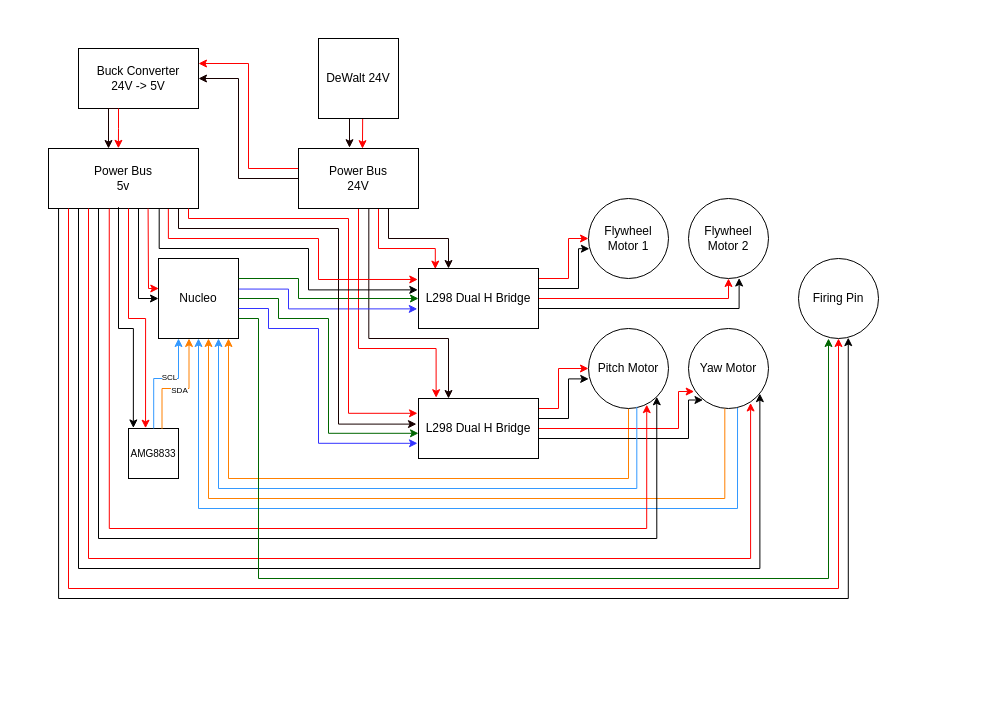
The draw.io diagram WiringDiagram.drawio in tomhorizon/405FinalProject, before the edit. Source tidied: cells renumbered, new cells numbered last; positions are measured from the earlier drawing's top-left corner, leaving out a move shared by most shapes. Both pictures are drawn from the tidied source at 100%, with x=0, y=0 at pixel (48, 38).
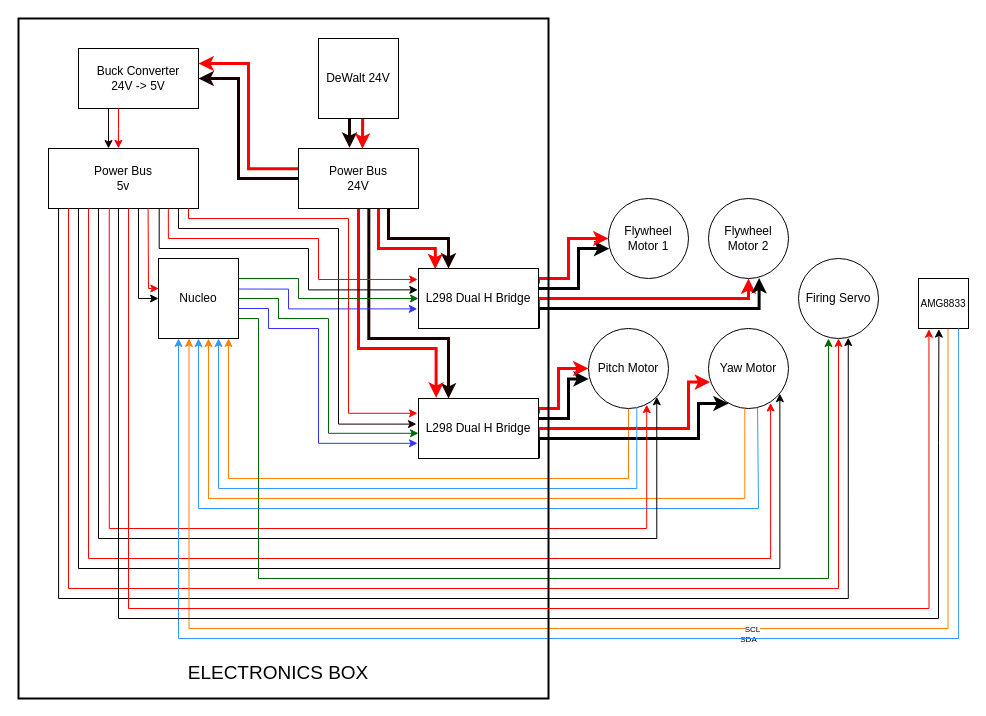
The same diagram, later.

Commit message:
updated wiring diagram

The change refers to these unchanged cells:
```xml
<mxCell id="2" value="Nucleo" style="whiteSpace=wrap;html=1;" parent="1" vertex="1">
  <mxGeometry x="110" y="220" width="80" height="80" as="geometry" />
</mxCell>
<mxCell id="5" value="DeWalt 24V" style="whiteSpace=wrap;html=1;" parent="1" vertex="1">
  <mxGeometry x="270" width="80" height="80" as="geometry" />
</mxCell>
<mxCell id="12" value="Power Bus&lt;br&gt;24V" style="whiteSpace=wrap;html=1;" parent="1" vertex="1">
  <mxGeometry x="250" y="110" width="120" height="60" as="geometry" />
</mxCell>
<mxCell id="21" value="L298 Dual H Bridge" style="whiteSpace=wrap;html=1;" parent="1" vertex="1">
  <mxGeometry x="370" y="230" width="120" height="60" as="geometry" />
</mxCell>
<mxCell id="23" value="Pitch Motor" style="ellipse;whiteSpace=wrap;html=1;" parent="1" vertex="1">
  <mxGeometry x="540" y="290" width="80" height="80" as="geometry" />
</mxCell>
<mxCell id="29" value="L298 Dual H Bridge" style="whiteSpace=wrap;html=1;" parent="1" vertex="1">
  <mxGeometry x="370" y="360" width="120" height="60" as="geometry" />
</mxCell>
<mxCell id="43" value="Buck Converter&lt;br&gt;24V -&amp;gt; 5V" style="whiteSpace=wrap;html=1;" parent="1" vertex="1">
  <mxGeometry x="30" y="10" width="120" height="60" as="geometry" />
</mxCell>
```

Diff of the diagram source:
```diff
@@
-    <mxCell id="3" style="edgeStyle=orthogonalEdgeStyle;rounded=0;jettySize=auto;html=1;exitX=0.385;exitY=1.003;exitDx=0;exitDy=0;entryX=0.425;entryY=-0.013;entryDx=0;entryDy=0;entryPerimeter=0;strokeColor=#170000;exitPerimeter=0;" parent="1" edge="1" source="5" target="12">
+    <mxCell id="3" style="edgeStyle=orthogonalEdgeStyle;rounded=0;jettySize=auto;html=1;exitX=0.385;exitY=1.003;exitDx=0;exitDy=0;entryX=0.425;entryY=-0.013;entryDx=0;entryDy=0;entryPerimeter=0;strokeColor=#170000;exitPerimeter=0;strokeWidth=3;" parent="1" edge="1" source="5" target="12">
       <mxGeometry relative="1" as="geometry">
         <Array as="points">
           <mxPoint x="301" y="109" />
         </Array>
       </mxGeometry>
     </mxCell>
-    <mxCell id="4" style="edgeStyle=orthogonalEdgeStyle;rounded=0;jettySize=auto;html=1;exitX=0.552;exitY=1.002;exitDx=0;exitDy=0;entryX=0.533;entryY=0.003;entryDx=0;entryDy=0;strokeColor=#ff0000;entryPerimeter=0;exitPerimeter=0;" parent="1" edge="1" source="5" target="12">
+    <mxCell id="4" style="edgeStyle=orthogonalEdgeStyle;rounded=0;jettySize=auto;html=1;exitX=0.552;exitY=1.002;exitDx=0;exitDy=0;entryX=0.533;entryY=0.003;entryDx=0;entryDy=0;strokeColor=#ff0000;entryPerimeter=0;exitPerimeter=0;strokeWidth=3;" parent="1" edge="1" source="5" target="12">
       <mxGeometry relative="1" as="geometry" />
     </mxCell>
@@
-    <mxCell id="6" style="edgeStyle=orthogonalEdgeStyle;rounded=0;jettySize=auto;html=1;exitX=0;exitY=0.25;exitDx=0;exitDy=0;strokeColor=#FF0000;entryX=1;entryY=0.25;entryDx=0;entryDy=0;" parent="1" edge="1" source="12" target="43">
+    <mxCell id="6" style="edgeStyle=orthogonalEdgeStyle;rounded=0;jettySize=auto;html=1;exitX=-0.003;exitY=0.336;exitDx=0;exitDy=0;strokeColor=#FF0000;entryX=1;entryY=0.25;entryDx=0;entryDy=0;strokeWidth=3;exitPerimeter=0;" parent="1" edge="1" source="12" target="43">
       <mxGeometry relative="1" as="geometry">
         <Array as="points">
-          <mxPoint x="250" y="130" />
           <mxPoint x="200" y="130" />
           <mxPoint x="200" y="25" />
         </Array>
       </mxGeometry>
     </mxCell>
-    <mxCell id="7" style="edgeStyle=orthogonalEdgeStyle;rounded=0;jettySize=auto;html=1;exitX=0;exitY=0.75;exitDx=0;exitDy=0;entryX=1;entryY=0.5;entryDx=0;entryDy=0;strokeColor=#170000;" parent="1" edge="1" source="12" target="43">
+    <mxCell id="7" style="edgeStyle=orthogonalEdgeStyle;rounded=0;jettySize=auto;html=1;exitX=0;exitY=0.5;exitDx=0;exitDy=0;entryX=1;entryY=0.5;entryDx=0;entryDy=0;strokeColor=#170000;strokeWidth=3;" parent="1" edge="1" source="12" target="43">
       <mxGeometry relative="1" as="geometry">
         <Array as="points">
-          <mxPoint x="250" y="140" />
           <mxPoint x="190" y="140" />
           <mxPoint x="190" y="40" />
         </Array>
       </mxGeometry>
     </mxCell>
-    <mxCell id="8" style="edgeStyle=orthogonalEdgeStyle;rounded=0;jettySize=auto;html=1;exitX=0.75;exitY=1;exitDx=0;exitDy=0;entryX=0.25;entryY=0;entryDx=0;entryDy=0;strokeColor=#170000;" parent="1" edge="1" source="12" target="21">
+    <mxCell id="8" style="edgeStyle=orthogonalEdgeStyle;rounded=0;jettySize=auto;html=1;exitX=0.75;exitY=1;exitDx=0;exitDy=0;entryX=0.25;entryY=0;entryDx=0;entryDy=0;strokeColor=#170000;strokeWidth=3;" parent="1" edge="1" source="12" target="21">
       <mxGeometry relative="1" as="geometry" />
     </mxCell>
-    <mxCell id="9" style="edgeStyle=orthogonalEdgeStyle;rounded=0;jettySize=auto;html=1;strokeColor=#FF0000;entryX=0.14;entryY=0.01;entryDx=0;entryDy=0;entryPerimeter=0;" parent="1" edge="1" target="21">
+    <mxCell id="9" style="edgeStyle=orthogonalEdgeStyle;rounded=0;jettySize=auto;html=1;strokeColor=#FF0000;entryX=0.14;entryY=0.01;entryDx=0;entryDy=0;entryPerimeter=0;strokeWidth=3;" parent="1" edge="1" target="21">
       <mxGeometry relative="1" as="geometry">
         <mxPoint x="330" y="170" as="sourcePoint" />
         <Array as="points">
           <mxPoint x="330" y="210" />
           <mxPoint x="387" y="210" />
         </Array>
       </mxGeometry>
     </mxCell>
-    <mxCell id="10" style="edgeStyle=orthogonalEdgeStyle;rounded=0;jettySize=auto;html=1;exitX=0.586;exitY=1.007;exitDx=0;exitDy=0;entryX=0.25;entryY=0;entryDx=0;entryDy=0;strokeColor=#170000;exitPerimeter=0;" parent="1" edge="1" source="12" target="29">
+    <mxCell id="10" style="edgeStyle=orthogonalEdgeStyle;rounded=0;jettySize=auto;html=1;exitX=0.586;exitY=1.007;exitDx=0;exitDy=0;entryX=0.25;entryY=0;entryDx=0;entryDy=0;strokeColor=#170000;exitPerimeter=0;strokeWidth=3;" parent="1" edge="1" source="12" target="29">
       <mxGeometry relative="1" as="geometry">
         <Array as="points">
           <mxPoint x="320" y="300" />
           <mxPoint x="400" y="300" />
         </Array>
       </mxGeometry>
     </mxCell>
-    <mxCell id="11" style="edgeStyle=orthogonalEdgeStyle;rounded=0;jettySize=auto;html=1;entryX=0.147;entryY=-0.013;entryDx=0;entryDy=0;entryPerimeter=0;strokeColor=#FF0000;exitX=0.5;exitY=1;exitDx=0;exitDy=0;" parent="1" edge="1" source="12" target="29">
+    <mxCell id="11" style="edgeStyle=orthogonalEdgeStyle;rounded=0;jettySize=auto;html=1;entryX=0.147;entryY=-0.013;entryDx=0;entryDy=0;entryPerimeter=0;strokeColor=#FF0000;exitX=0.5;exitY=1;exitDx=0;exitDy=0;strokeWidth=3;" parent="1" edge="1" source="12" target="29">
       <mxGeometry relative="1" as="geometry">
         <Array as="points">
           <mxPoint x="310" y="310" />
           <mxPoint x="388" y="310" />
         </Array>
       </mxGeometry>
     </mxCell>
@@
     <mxCell id="15" value="Flywheel&lt;br&gt;Motor 1" style="ellipse;whiteSpace=wrap;html=1;" parent="1" vertex="1">
-      <mxGeometry x="540" y="160" width="80" height="80" as="geometry" />
+      <mxGeometry x="560" y="160" width="80" height="80" as="geometry" />
     </mxCell>
     <mxCell id="16" value="Flywheel&lt;br&gt;Motor 2" style="ellipse;whiteSpace=wrap;html=1;" parent="1" vertex="1">
-      <mxGeometry x="640" y="160" width="80" height="80" as="geometry" />
+      <mxGeometry x="660" y="160" width="80" height="80" as="geometry" />
     </mxCell>
-    <mxCell id="17" style="edgeStyle=orthogonalEdgeStyle;rounded=0;jettySize=auto;html=1;entryX=0.011;entryY=0.628;entryDx=0;entryDy=0;entryPerimeter=0;" parent="1" edge="1" source="21" target="15">
+    <mxCell id="17" style="edgeStyle=orthogonalEdgeStyle;rounded=0;jettySize=auto;html=1;entryX=0.011;entryY=0.628;entryDx=0;entryDy=0;entryPerimeter=0;strokeWidth=3;" parent="1" edge="1" source="21" target="15">
       <mxGeometry relative="1" as="geometry">
         <Array as="points">
           <mxPoint x="530" y="250" />
           <mxPoint x="530" y="210" />
           <mxPoint x="541" y="210" />
         </Array>
       </mxGeometry>
     </mxCell>
-    <mxCell id="18" style="edgeStyle=orthogonalEdgeStyle;rounded=0;jettySize=auto;html=1;exitX=1;exitY=0.25;exitDx=0;exitDy=0;entryX=0;entryY=0.5;entryDx=0;entryDy=0;strokeColor=#ff0000;" parent="1" edge="1" source="21" target="15">
+    <mxCell id="18" style="edgeStyle=orthogonalEdgeStyle;rounded=0;jettySize=auto;html=1;exitX=1;exitY=0.25;exitDx=0;exitDy=0;entryX=0;entryY=0.5;entryDx=0;entryDy=0;strokeColor=#ff0000;strokeWidth=3;" parent="1" edge="1" source="21" target="15">
       <mxGeometry relative="1" as="geometry">
         <Array as="points">
           <mxPoint x="490" y="240" />
           <mxPoint x="520" y="240" />
           <mxPoint x="520" y="200" />
         </Array>
       </mxGeometry>
     </mxCell>
-    <mxCell id="19" style="edgeStyle=orthogonalEdgeStyle;rounded=0;jettySize=auto;html=1;exitX=1;exitY=0.75;exitDx=0;exitDy=0;entryX=0.5;entryY=1;entryDx=0;entryDy=0;strokeColor=#ff0000;" parent="1" edge="1" source="21" target="16">
+    <mxCell id="19" style="edgeStyle=orthogonalEdgeStyle;rounded=0;jettySize=auto;html=1;exitX=1;exitY=0.75;exitDx=0;exitDy=0;entryX=0.5;entryY=1;entryDx=0;entryDy=0;strokeColor=#ff0000;strokeWidth=3;" parent="1" edge="1" source="21" target="16">
       <mxGeometry relative="1" as="geometry">
         <Array as="points">
           <mxPoint x="490" y="260" />
-          <mxPoint x="680" y="260" />
+          <mxPoint x="700" y="260" />
         </Array>
       </mxGeometry>
     </mxCell>
-    <mxCell id="20" style="edgeStyle=orthogonalEdgeStyle;rounded=0;jettySize=auto;html=1;exitX=1;exitY=1;exitDx=0;exitDy=0;entryX=0.633;entryY=0.994;entryDx=0;entryDy=0;entryPerimeter=0;" parent="1" edge="1" source="21" target="16">
+    <mxCell id="20" style="edgeStyle=orthogonalEdgeStyle;rounded=0;jettySize=auto;html=1;exitX=1;exitY=1;exitDx=0;exitDy=0;entryX=0.633;entryY=0.994;entryDx=0;entryDy=0;entryPerimeter=0;strokeWidth=3;" parent="1" edge="1" source="21" target="16">
       <mxGeometry relative="1" as="geometry">
         <Array as="points">
           <mxPoint x="490" y="270" />
-          <mxPoint x="690" y="270" />
-          <mxPoint x="690" y="240" />
+          <mxPoint x="710" y="270" />
+          <mxPoint x="710" y="240" />
         </Array>
       </mxGeometry>
     </mxCell>
@@
     <mxCell id="24" value="Yaw Motor" style="ellipse;whiteSpace=wrap;html=1;" parent="1" vertex="1">
-      <mxGeometry x="640" y="290" width="80" height="80" as="geometry" />
+      <mxGeometry x="660" y="290" width="80" height="80" as="geometry" />
     </mxCell>
-    <mxCell id="25" style="edgeStyle=orthogonalEdgeStyle;rounded=0;jettySize=auto;html=1;entryX=0.003;entryY=0.63;entryDx=0;entryDy=0;entryPerimeter=0;" parent="1" edge="1" source="29" target="23">
+    <mxCell id="25" style="edgeStyle=orthogonalEdgeStyle;rounded=0;jettySize=auto;html=1;entryX=0.003;entryY=0.63;entryDx=0;entryDy=0;entryPerimeter=0;strokeWidth=3;" parent="1" edge="1" source="29" target="23">
       <mxGeometry relative="1" as="geometry">
         <Array as="points">
           <mxPoint x="520" y="380" />
           <mxPoint x="520" y="340" />
           <mxPoint x="540" y="340" />
         </Array>
       </mxGeometry>
     </mxCell>
-    <mxCell id="26" style="edgeStyle=orthogonalEdgeStyle;rounded=0;jettySize=auto;html=1;exitX=1;exitY=0.25;exitDx=0;exitDy=0;strokeColor=#ff0000;" parent="1" edge="1" source="29">
+    <mxCell id="26" style="edgeStyle=orthogonalEdgeStyle;rounded=0;jettySize=auto;html=1;exitX=1;exitY=0.25;exitDx=0;exitDy=0;strokeColor=#ff0000;strokeWidth=3;" parent="1" edge="1" source="29">
       <mxGeometry relative="1" as="geometry">
         <mxPoint x="540" y="330" as="targetPoint" />
         <Array as="points">
           <mxPoint x="490" y="370" />
           <mxPoint x="510" y="370" />
           <mxPoint x="510" y="330" />
         </Array>
       </mxGeometry>
     </mxCell>
-    <mxCell id="27" style="edgeStyle=orthogonalEdgeStyle;rounded=0;jettySize=auto;html=1;exitX=1;exitY=0.75;exitDx=0;exitDy=0;strokeColor=#ff0000;entryX=0.071;entryY=0.788;entryDx=0;entryDy=0;entryPerimeter=0;" parent="1" edge="1" source="29" target="24">
+    <mxCell id="27" style="edgeStyle=orthogonalEdgeStyle;rounded=0;jettySize=auto;html=1;exitX=1;exitY=0.75;exitDx=0;exitDy=0;strokeColor=#ff0000;strokeWidth=3;entryX=0.019;entryY=0.67;entryDx=0;entryDy=0;entryPerimeter=0;" parent="1" edge="1" source="29" target="24">
       <mxGeometry relative="1" as="geometry">
         <Array as="points">
           <mxPoint x="490" y="390" />
-          <mxPoint x="630" y="390" />
-          <mxPoint x="630" y="353" />
+          <mxPoint x="640" y="390" />
+          <mxPoint x="640" y="344" />
         </Array>
       </mxGeometry>
     </mxCell>
-    <mxCell id="28" style="edgeStyle=orthogonalEdgeStyle;rounded=0;jettySize=auto;html=1;exitX=1;exitY=1;exitDx=0;exitDy=0;entryX=0.181;entryY=0.894;entryDx=0;entryDy=0;entryPerimeter=0;" parent="1" edge="1" source="29" target="24">
+    <mxCell id="28" style="edgeStyle=orthogonalEdgeStyle;rounded=0;jettySize=auto;html=1;exitX=1;exitY=1;exitDx=0;exitDy=0;strokeWidth=3;entryX=0.252;entryY=0.937;entryDx=0;entryDy=0;entryPerimeter=0;" parent="1" edge="1" source="29" target="24">
       <mxGeometry relative="1" as="geometry">
         <Array as="points">
           <mxPoint x="490" y="400" />
-          <mxPoint x="640" y="400" />
-          <mxPoint x="640" y="362" />
+          <mxPoint x="650" y="400" />
+          <mxPoint x="650" y="365" />
         </Array>
       </mxGeometry>
     </mxCell>
@@
     <mxCell id="37" style="rounded=0;jettySize=auto;html=1;exitX=0.613;exitY=0.992;exitDx=0;exitDy=0;strokeColor=#3399FF;exitPerimeter=0;edgeStyle=orthogonalEdgeStyle;entryX=0.5;entryY=1;entryDx=0;entryDy=0;" parent="1" edge="1" source="24" target="2">
       <mxGeometry relative="1" as="geometry">
         <Array as="points">
-          <mxPoint x="689" y="470" />
+          <mxPoint x="710" y="369" />
+          <mxPoint x="710" y="470" />
           <mxPoint x="150" y="470" />
         </Array>
       </mxGeometry>
     </mxCell>
@@
-    <mxCell id="46" value="Firing Pin" style="ellipse;whiteSpace=wrap;html=1;" parent="1" vertex="1">
+    <mxCell id="46" value="Firing Servo" style="ellipse;whiteSpace=wrap;html=1;" parent="1" vertex="1">
       <mxGeometry x="750" y="220" width="80" height="80" as="geometry" />
     </mxCell>
@@
     <mxCell id="53" value="&lt;font style=&quot;font-size: 10px;&quot;&gt;AMG8833&lt;/font&gt;" style="whiteSpace=wrap;html=1;" parent="1" vertex="1">
-      <mxGeometry x="80" y="390" width="50" height="50" as="geometry" />
+      <mxGeometry x="870" y="240" width="50" height="50" as="geometry" />
     </mxCell>
-    <mxCell id="54" style="endArrow=classic;html=1;rounded=0;strokeColor=#FF8000;exitX=0.671;exitY=0.008;exitDx=0;exitDy=0;edgeStyle=orthogonalEdgeStyle;exitPerimeter=0;entryX=0.381;entryY=1;entryDx=0;entryDy=0;entryPerimeter=0;" parent="1" edge="1">
+    <mxCell id="54" style="endArrow=classic;html=1;rounded=0;strokeColor=#FF8000;edgeStyle=orthogonalEdgeStyle;entryX=0.381;entryY=1;entryDx=0;entryDy=0;entryPerimeter=0;exitX=0.59;exitY=1.01;exitDx=0;exitDy=0;exitPerimeter=0;" parent="1" edge="1" source="53">
       <mxGeometry relative="1" as="geometry">
-        <mxPoint x="113.5" y="390.4" as="sourcePoint" />
         <mxPoint x="140.5" y="300" as="targetPoint" />
         <Array as="points">
-          <mxPoint x="114" y="350" />
-          <mxPoint x="140" y="350" />
-          <mxPoint x="140" y="300" />
+          <mxPoint x="900" y="590" />
+          <mxPoint x="140" y="590" />
         </Array>
       </mxGeometry>
     </mxCell>
     <mxCell id="55" value="&lt;font style=&quot;font-size: 8px;&quot;&gt;SDA&lt;/font&gt;" style="edgeLabel;html=1;align=center;verticalAlign=middle;fontSize=8;" parent="54" vertex="1">
       <mxGeometry x="-0.24" relative="1" as="geometry">
-        <mxPoint x="12" y="1" as="offset" />
+        <mxPoint x="12" y="10" as="offset" />
       </mxGeometry>
     </mxCell>
-    <mxCell id="56" style="endArrow=classic;html=1;rounded=0;strokeColor=#3399FF;exitX=0.5;exitY=0;exitDx=0;exitDy=0;entryX=0.25;entryY=1;entryDx=0;entryDy=0;edgeStyle=orthogonalEdgeStyle;" parent="1" edge="1" target="2">
+    <mxCell id="56" style="endArrow=classic;html=1;rounded=0;strokeColor=#3399FF;entryX=0.25;entryY=1;entryDx=0;entryDy=0;edgeStyle=orthogonalEdgeStyle;exitX=0.802;exitY=1.002;exitDx=0;exitDy=0;exitPerimeter=0;" parent="1" edge="1" source="53" target="2">
       <mxGeometry relative="1" as="geometry">
-        <mxPoint x="105.2" y="390" as="sourcePoint" />
         <Array as="points">
-          <mxPoint x="105" y="340" />
-          <mxPoint x="130" y="340" />
+          <mxPoint x="910" y="600" />
+          <mxPoint x="130" y="600" />
         </Array>
       </mxGeometry>
     </mxCell>
     <mxCell id="57" value="SCL" style="edgeLabel;html=1;align=center;verticalAlign=middle;fontSize=8;" parent="56" vertex="1">
       <mxGeometry x="-0.38" relative="1" as="geometry">
-        <mxPoint x="15" y="-16" as="offset" />
+        <mxPoint x="-86" y="-10" as="offset" />
       </mxGeometry>
     </mxCell>
+    <mxCell id="60" style="rounded=0;whiteSpace=wrap;html=1;fillColor=none;strokeWidth=2;perimeterSpacing=1;" parent="1" vertex="1">
+      <mxGeometry x="-30" y="-20" width="530" height="680" as="geometry" />
+    </mxCell>
-    <mxCell id="58" style="endArrow=classic;html=1;rounded=0;strokeColor=#FF0000;fontSize=8;entryX=0.341;entryY=-0.006;entryDx=0;entryDy=0;entryPerimeter=0;edgeStyle=orthogonalEdgeStyle;" parent="1" edge="1" target="53">
+    <mxCell id="58" style="endArrow=classic;html=1;rounded=0;strokeColor=#FF0000;fontSize=8;edgeStyle=orthogonalEdgeStyle;entryX=0.209;entryY=1.014;entryDx=0;entryDy=0;entryPerimeter=0;" parent="1" edge="1" target="53">
       <mxGeometry relative="1" as="geometry">
         <mxPoint x="80" y="170" as="sourcePoint" />
         <Array as="points">
-          <mxPoint x="80" y="170" />
-          <mxPoint x="80" y="280" />
-          <mxPoint x="97" y="280" />
+          <mxPoint x="80" y="570" />
+          <mxPoint x="880" y="570" />
         </Array>
       </mxGeometry>
     </mxCell>
-    <mxCell id="59" style="endArrow=classic;html=1;rounded=0;strokeColor=#000000;fontSize=8;entryX=0.097;entryY=-0.011;entryDx=0;entryDy=0;entryPerimeter=0;edgeStyle=orthogonalEdgeStyle;" parent="1" edge="1" target="53">
+    <mxCell id="59" style="endArrow=classic;html=1;rounded=0;strokeColor=#000000;fontSize=8;edgeStyle=orthogonalEdgeStyle;entryX=0.408;entryY=1.011;entryDx=0;entryDy=0;entryPerimeter=0;" parent="1" edge="1" target="53">
       <mxGeometry relative="1" as="geometry">
         <mxPoint x="70" y="170" as="sourcePoint" />
         <Array as="points">
-          <mxPoint x="70" y="169" />
-          <mxPoint x="70" y="290" />
-          <mxPoint x="85" y="290" />
+          <mxPoint x="70" y="580" />
+          <mxPoint x="890" y="580" />
+          <mxPoint x="890" y="404" />
+          <mxPoint x="890" y="404" />
         </Array>
       </mxGeometry>
     </mxCell>
+    <mxCell id="61" value="&lt;font style=&quot;font-size: 19px;&quot;&gt;ELECTRONICS BOX&lt;/font&gt;" style="text;html=1;strokeColor=none;fillColor=none;align=center;verticalAlign=middle;whiteSpace=wrap;rounded=0;" parent="1" vertex="1">
+      <mxGeometry x="40" y="620" width="380" height="30" as="geometry" />
+    </mxCell>
```
